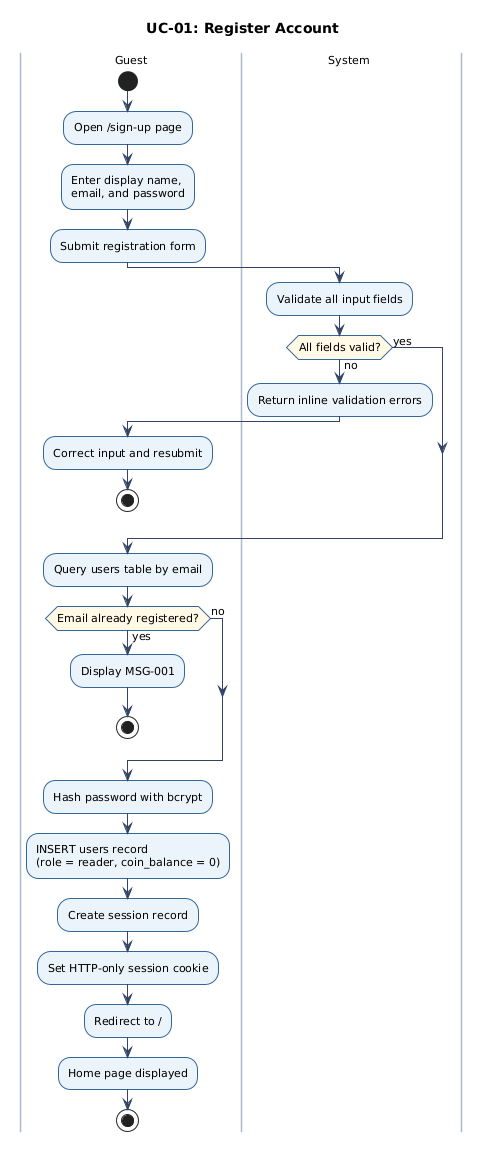
chinhbmt122/Software-Architecture keeps this PlantUML diagram as docs/figures/uc-01-activity.png. Above is the earlier version. The source it was exported from:
```plantuml
@startuml
skinparam defaultFontName Arial
skinparam defaultFontSize 11
skinparam ArrowColor #334466
skinparam ActivityBorderColor #336699
skinparam ActivityBackgroundColor #EBF4FA
skinparam ActivityBorderThickness 1
skinparam ActivityDiamondBorderColor #336699
skinparam ActivityDiamondBackgroundColor #FFF9E6
skinparam NoteBackgroundColor #FFFCE0
skinparam NoteBorderColor #CCBB00
skinparam swimlaneBorderColor #AABBCC
skinparam swimlaneWidth 160
skinparam shadowing false
title UC-01: Register Account
|Guest|
start
:Open /sign-up page;
:Enter display name,\nemail, and password;
:Submit registration form;
|System|
:Validate all input fields;
if (All fields valid?) then (no)
  :Return inline validation errors;
  |Guest|
  :Correct input and resubmit;
  stop
else (yes)
endif
:Query users table by email;
if (Email already registered?) then (yes)
  :Display MSG-001;
  stop
else (no)
endif
:Hash password with bcrypt;
:INSERT users record\n(role = reader, coin_balance = 0);
:Create session record;
:Set HTTP-only session cookie;
:Redirect to /;
|Guest|
:Home page displayed;
stop
@enduml
```
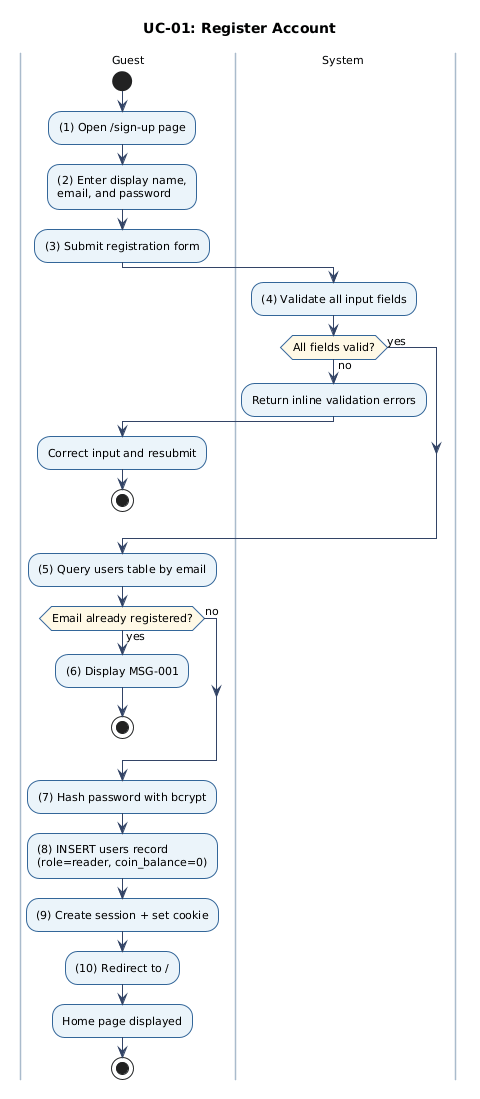
The same diagram one commit later.

What changed in the source:
```diff
@@ -15,11 +15,11 @@
 title UC-01: Register Account
 |Guest|
 start
-:Open /sign-up page;
-:Enter display name,\nemail, and password;
-:Submit registration form;
+:(1) Open /sign-up page;
+:(2) Enter display name,\nemail, and password;
+:(3) Submit registration form;
 |System|
-:Validate all input fields;
+:(4) Validate all input fields;
 if (All fields valid?) then (no)
   :Return inline validation errors;
   |Guest|
@@ -27,17 +27,16 @@
   stop
 else (yes)
 endif
-:Query users table by email;
+:(5) Query users table by email;
 if (Email already registered?) then (yes)
-  :Display MSG-001;
+  :(6) Display MSG-001;
   stop
 else (no)
 endif
-:Hash password with bcrypt;
-:INSERT users record\n(role = reader, coin_balance = 0);
-:Create session record;
-:Set HTTP-only session cookie;
-:Redirect to /;
+:(7) Hash password with bcrypt;
+:(8) INSERT users record\n(role=reader, coin_balance=0);
+:(9) Create session + set cookie;
+:(10) Redirect to /;
 |Guest|
 :Home page displayed;
 stop
```
